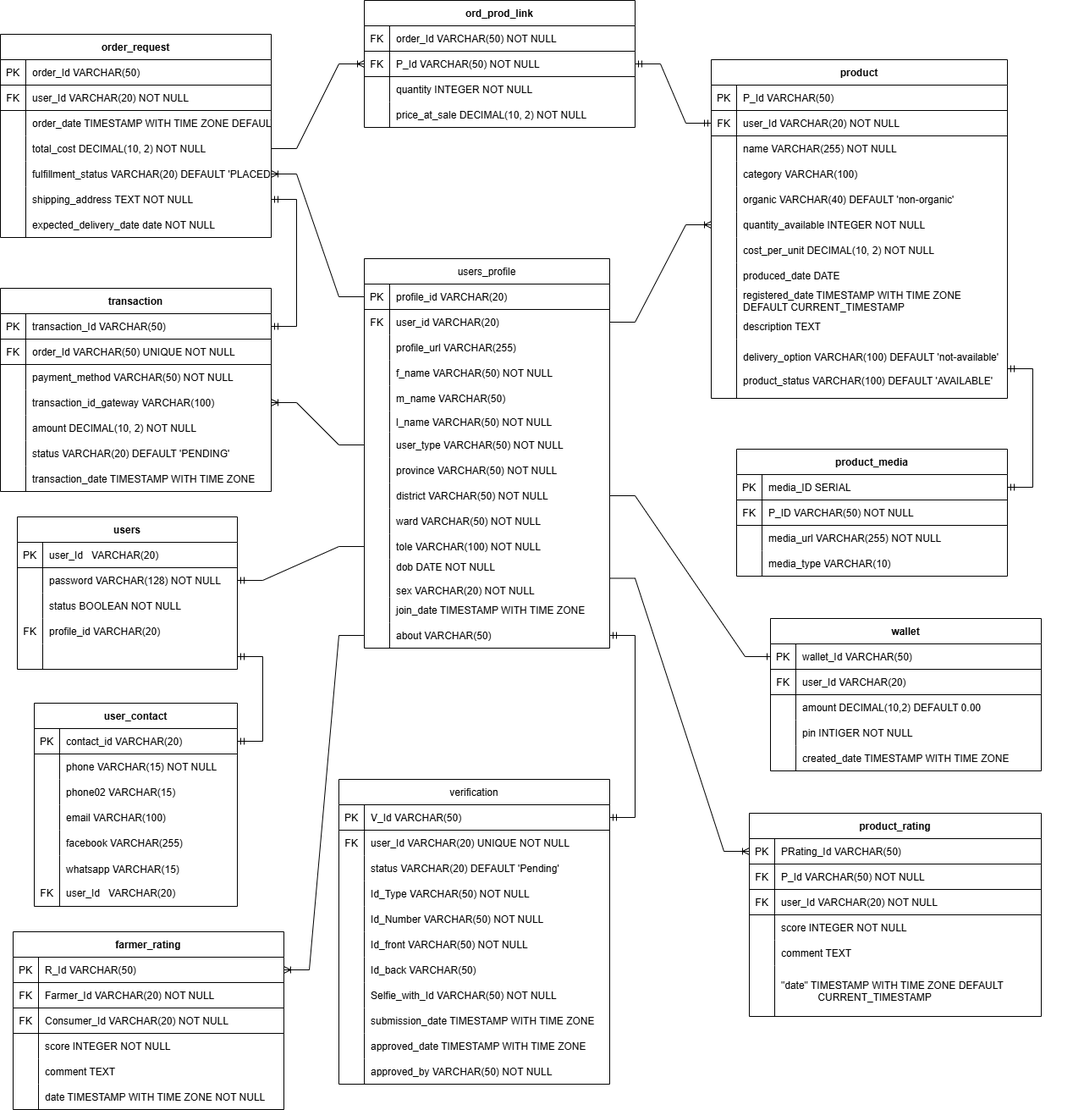
The draw.io diagram IMG/schemaDiagram.png in RmnRj/Farmo-Doc, before a commit. Source tidied: cells renumbered, new cells last; positions are measured from the earlier drawing's top-left corner, leaving out a move shared by most shapes.
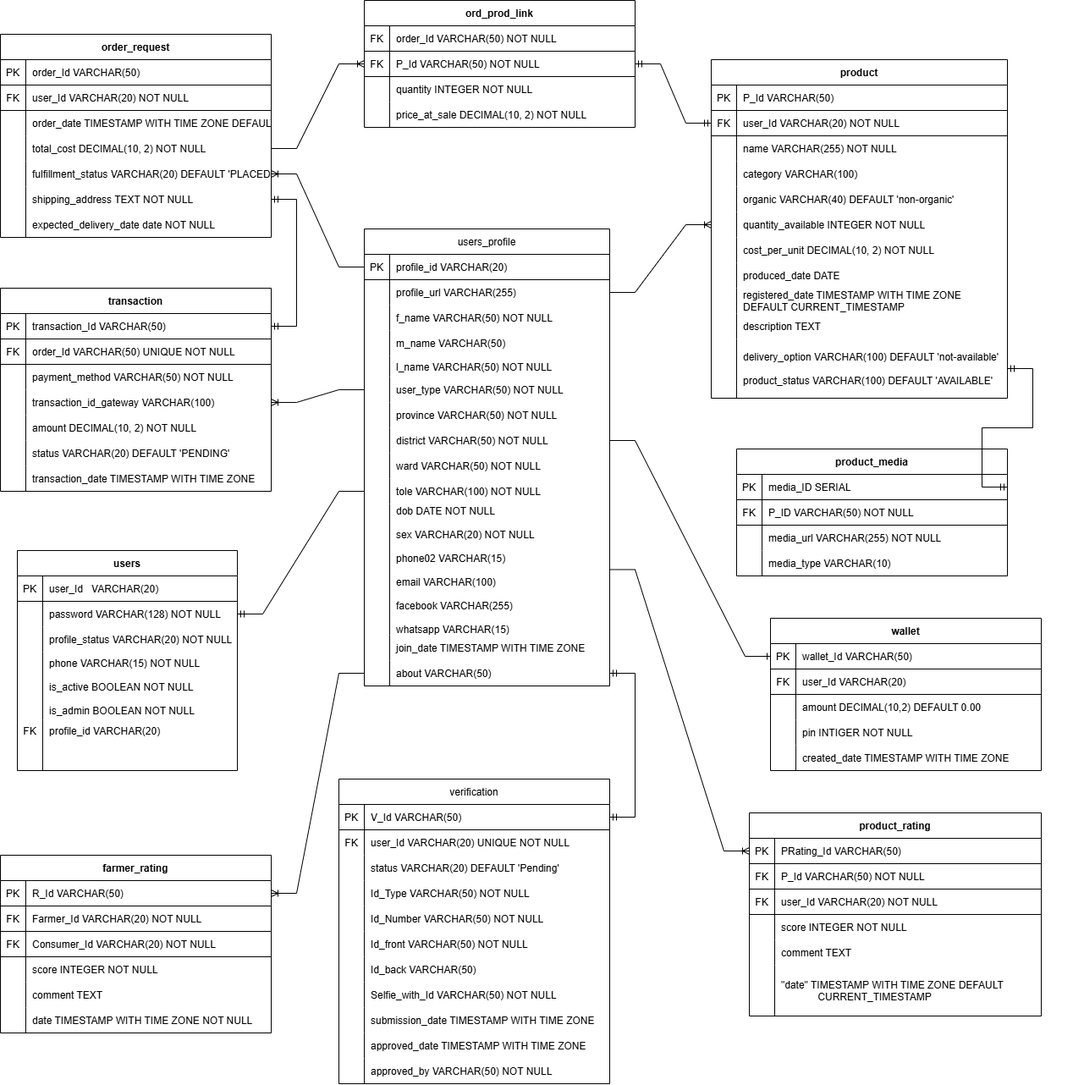
The same diagram one commit later.

What changed in the source:
```diff
@@ -5,3 +5,3 @@
     <mxCell id="2" value="users" style="shape=table;startSize=30;rowLines=0;fontStyle=1;align=center;" parent="1" vertex="1">
-      <mxGeometry x="20" y="610" width="260" height="180" as="geometry" />
+      <mxGeometry x="20" y="650" width="260" height="260" as="geometry" />
     </mxCell>
@@ -31,3 +31,3 @@
     </mxCell>
-    <mxCell id="11" value="status BOOLEAN NOT NULL" style="shape=partialRectangle;overflow=hidden;fillColor=none;align=left;strokeColor=inherit;top=0;left=0;bottom=0;right=0;spacingLeft=6;" parent="9" vertex="1">
+    <mxCell id="11" value="profile_status VARCHAR(20) NOT NULL" style="shape=partialRectangle;overflow=hidden;fillColor=none;align=left;strokeColor=inherit;top=0;left=0;bottom=0;right=0;spacingLeft=6;" parent="9" vertex="1">
       <mxGeometry x="30" width="230" height="30" as="geometry" />
@@ -35,21 +35,21 @@
     <mxCell id="12" style="shape=tableRow;horizontal=0;startSize=0;swimlaneHead=0;swimlaneBody=0;fillColor=none;strokeColor=inherit;top=0;left=0;right=0;bottom=0;" parent="2" vertex="1">
-      <mxGeometry y="120" width="260" height="30" as="geometry" />
+      <mxGeometry y="120" width="260" height="80" as="geometry" />
     </mxCell>
-    <mxCell id="13" value="FK" style="shape=partialRectangle;overflow=hidden;fillColor=none;strokeColor=inherit;top=0;left=0;bottom=0;right=0;" parent="12" vertex="1">
-      <mxGeometry width="30" height="30" as="geometry" />
+    <mxCell id="13" style="shape=partialRectangle;overflow=hidden;fillColor=none;strokeColor=inherit;top=0;left=0;bottom=0;right=0;" parent="12" vertex="1">
+      <mxGeometry width="30" height="80" as="geometry" />
     </mxCell>
-    <mxCell id="14" value="profile_id VARCHAR(20)" style="shape=partialRectangle;overflow=hidden;fillColor=none;align=left;strokeColor=inherit;top=0;left=0;bottom=0;right=0;spacingLeft=6;" parent="12" vertex="1">
-      <mxGeometry x="30" width="230" height="30" as="geometry" />
+    <mxCell id="14" value="phone VARCHAR(15) NOT NULL&#10;&#10;is_active BOOLEAN NOT NULL&#10;&#10;is_admin BOOLEAN NOT NULL" style="shape=partialRectangle;overflow=hidden;fillColor=none;align=left;strokeColor=inherit;top=0;left=0;bottom=0;right=0;spacingLeft=6;verticalAlign=top;" parent="12" vertex="1">
+      <mxGeometry x="30" width="230" height="80" as="geometry" />
     </mxCell>
     <mxCell id="15" style="shape=tableRow;horizontal=0;startSize=0;swimlaneHead=0;swimlaneBody=0;fillColor=none;points=[[0,0.5],[1,0.5]];portConstraint=eastwest;strokeColor=inherit;top=0;left=0;right=0;bottom=0;" parent="2" vertex="1">
-      <mxGeometry y="150" width="260" height="30" as="geometry" />
+      <mxGeometry y="200" width="260" height="60" as="geometry" />
     </mxCell>
-    <mxCell id="16" style="shape=partialRectangle;overflow=hidden;fillColor=none;strokeColor=inherit;top=0;left=0;bottom=0;right=0;" parent="15" vertex="1">
-      <mxGeometry width="30" height="30" as="geometry" />
+    <mxCell id="16" value="FK" style="shape=partialRectangle;overflow=hidden;fillColor=none;strokeColor=inherit;top=0;left=0;bottom=0;right=0;verticalAlign=top;" parent="15" vertex="1">
+      <mxGeometry width="30" height="60" as="geometry" />
     </mxCell>
-    <mxCell id="17" style="shape=partialRectangle;overflow=hidden;fillColor=none;align=left;strokeColor=inherit;top=0;left=0;bottom=0;right=0;spacingLeft=6;" parent="15" vertex="1">
-      <mxGeometry x="30" width="230" height="30" as="geometry" />
+    <mxCell id="17" value="profile_id VARCHAR(20)" style="shape=partialRectangle;overflow=hidden;fillColor=none;align=left;strokeColor=inherit;top=0;left=0;bottom=0;right=0;spacingLeft=6;verticalAlign=top;" parent="15" vertex="1">
+      <mxGeometry x="30" width="230" height="60" as="geometry" />
     </mxCell>
     <mxCell id="18" value="users_profile" style="shape=table;startSize=30;rowLines=0;fontStyle=0;align=center;" parent="1" vertex="1">
-      <mxGeometry x="430" y="305" width="290" height="460" as="geometry" />
+      <mxGeometry x="430" y="270" width="290" height="540" as="geometry" />
     </mxCell>
@@ -64,13 +64,4 @@
     </mxCell>
-    <mxCell id="22" style="shape=tableRow;horizontal=0;startSize=0;swimlaneHead=0;swimlaneBody=0;fillColor=none;points=[[0,0.5],[1,0.5]];portConstraint=eastwest;strokeColor=inherit;top=0;left=0;right=0;bottom=0;" parent="18" vertex="1">
-      <mxGeometry y="60" width="290" height="30" as="geometry" />
-    </mxCell>
-    <mxCell id="23" value="FK" style="shape=partialRectangle;overflow=hidden;fillColor=none;strokeColor=inherit;top=0;left=0;bottom=0;right=0;" parent="22" vertex="1">
-      <mxGeometry width="30" height="30" as="geometry" />
-    </mxCell>
-    <mxCell id="24" value="user_id VARCHAR(20)" style="shape=partialRectangle;overflow=hidden;fillColor=none;align=left;strokeColor=inherit;top=0;left=0;bottom=0;right=0;spacingLeft=6;" parent="22" vertex="1">
-      <mxGeometry x="30" width="260" height="30" as="geometry" />
-    </mxCell>
     <mxCell id="25" style="shape=tableRow;horizontal=0;startSize=0;swimlaneHead=0;swimlaneBody=0;fillColor=none;strokeColor=inherit;top=0;left=0;right=0;bottom=0;" parent="18" vertex="1">
-      <mxGeometry y="90" width="290" height="30" as="geometry" />
+      <mxGeometry y="60" width="290" height="30" as="geometry" />
     </mxCell>
@@ -83,3 +74,3 @@
     <mxCell id="28" style="shape=tableRow;horizontal=0;startSize=0;swimlaneHead=0;swimlaneBody=0;fillColor=none;strokeColor=inherit;top=0;left=0;right=0;bottom=0;" parent="18" vertex="1">
-      <mxGeometry y="120" width="290" height="30" as="geometry" />
+      <mxGeometry y="90" width="290" height="30" as="geometry" />
     </mxCell>
@@ -92,3 +83,3 @@
     <mxCell id="31" style="shape=tableRow;horizontal=0;startSize=0;swimlaneHead=0;swimlaneBody=0;fillColor=none;strokeColor=inherit;top=0;left=0;right=0;bottom=0;" parent="18" vertex="1">
-      <mxGeometry y="150" width="290" height="30" as="geometry" />
+      <mxGeometry y="120" width="290" height="30" as="geometry" />
     </mxCell>
@@ -101,3 +92,3 @@
     <mxCell id="34" style="shape=tableRow;horizontal=0;startSize=0;swimlaneHead=0;swimlaneBody=0;fillColor=none;strokeColor=inherit;top=0;left=0;right=0;bottom=0;" parent="18" vertex="1">
-      <mxGeometry y="180" width="290" height="25" as="geometry" />
+      <mxGeometry y="150" width="290" height="25" as="geometry" />
     </mxCell>
@@ -110,3 +101,3 @@
     <mxCell id="37" style="shape=tableRow;horizontal=0;startSize=0;swimlaneHead=0;swimlaneBody=0;fillColor=none;points=[[0,0.5],[1,0.5]];portConstraint=eastwest;strokeColor=inherit;top=0;left=0;right=0;bottom=0;" parent="18" vertex="1">
-      <mxGeometry y="205" width="290" height="30" as="geometry" />
+      <mxGeometry y="175" width="290" height="30" as="geometry" />
     </mxCell>
@@ -119,3 +110,3 @@
     <mxCell id="40" style="shape=tableRow;horizontal=0;startSize=0;swimlaneHead=0;swimlaneBody=0;fillColor=none;strokeColor=inherit;top=0;left=0;right=0;bottom=0;" parent="18" vertex="1">
-      <mxGeometry y="235" width="290" height="30" as="geometry" />
+      <mxGeometry y="205" width="290" height="30" as="geometry" />
     </mxCell>
@@ -128,3 +119,3 @@
     <mxCell id="43" style="shape=tableRow;horizontal=0;startSize=0;swimlaneHead=0;swimlaneBody=0;fillColor=none;points=[[0,0.5],[1,0.5]];portConstraint=eastwest;strokeColor=inherit;top=0;left=0;right=0;bottom=0;" parent="18" vertex="1">
-      <mxGeometry y="265" width="290" height="30" as="geometry" />
+      <mxGeometry y="235" width="290" height="30" as="geometry" />
     </mxCell>
@@ -137,3 +128,3 @@
     <mxCell id="46" style="shape=tableRow;horizontal=0;startSize=0;swimlaneHead=0;swimlaneBody=0;fillColor=none;strokeColor=inherit;top=0;left=0;right=0;bottom=0;" parent="18" vertex="1">
-      <mxGeometry y="295" width="290" height="30" as="geometry" />
+      <mxGeometry y="265" width="290" height="30" as="geometry" />
     </mxCell>
@@ -146,3 +137,3 @@
     <mxCell id="49" style="shape=tableRow;horizontal=0;startSize=0;swimlaneHead=0;swimlaneBody=0;fillColor=none;points=[[0,0.5],[1,0.5]];portConstraint=eastwest;strokeColor=inherit;top=0;left=0;right=0;bottom=0;" parent="18" vertex="1">
-      <mxGeometry y="325" width="290" height="30" as="geometry" />
+      <mxGeometry y="295" width="290" height="30" as="geometry" />
     </mxCell>
@@ -155,12 +146,12 @@
     <mxCell id="52" style="shape=tableRow;horizontal=0;startSize=0;swimlaneHead=0;swimlaneBody=0;fillColor=none;points=[[0,0.5],[1,0.5]];portConstraint=eastwest;strokeColor=inherit;top=0;left=0;right=0;bottom=0;" parent="18" vertex="1">
-      <mxGeometry y="355" width="290" height="45" as="geometry" />
+      <mxGeometry y="325" width="290" height="155" as="geometry" />
     </mxCell>
     <mxCell id="53" style="shape=partialRectangle;overflow=hidden;fillColor=none;strokeColor=inherit;top=0;left=0;bottom=0;right=0;" parent="52" vertex="1">
-      <mxGeometry width="30" height="45" as="geometry" />
+      <mxGeometry width="30" height="155" as="geometry" />
     </mxCell>
-    <mxCell id="54" value="dob DATE NOT NULL&#10;&#10;sex VARCHAR(20) NOT NULL" style="shape=partialRectangle;overflow=hidden;fillColor=none;align=left;strokeColor=inherit;top=0;left=0;bottom=0;right=0;spacingLeft=6;" parent="52" vertex="1">
-      <mxGeometry x="30" width="260" height="45" as="geometry" />
+    <mxCell id="54" value="dob DATE NOT NULL&#10;&#10;sex VARCHAR(20) NOT NULL&#10;&#10;phone02 VARCHAR(15)&#10;&#10;email VARCHAR(100)&#10;&#10;facebook VARCHAR(255)&#10;&#10;whatsapp VARCHAR(15)&#10;" style="shape=partialRectangle;overflow=hidden;fillColor=none;align=left;strokeColor=inherit;top=0;left=0;bottom=0;right=0;spacingLeft=6;" parent="52" vertex="1">
+      <mxGeometry x="30" width="260" height="155" as="geometry" />
     </mxCell>
     <mxCell id="55" style="shape=tableRow;horizontal=0;startSize=0;swimlaneHead=0;swimlaneBody=0;fillColor=none;strokeColor=inherit;top=0;left=0;right=0;bottom=0;" parent="18" vertex="1">
-      <mxGeometry y="400" width="290" height="30" as="geometry" />
+      <mxGeometry y="480" width="290" height="30" as="geometry" />
     </mxCell>
@@ -173,3 +164,3 @@
     <mxCell id="58" style="shape=tableRow;horizontal=0;startSize=0;swimlaneHead=0;swimlaneBody=0;fillColor=none;points=[[0,0.5],[1,0.5]];portConstraint=eastwest;strokeColor=inherit;top=0;left=0;right=0;bottom=0;" parent="18" vertex="1">
-      <mxGeometry y="430" width="290" height="30" as="geometry" />
+      <mxGeometry y="510" width="290" height="30" as="geometry" />
     </mxCell>
@@ -626,3 +617,3 @@
     <mxCell id="209" value="farmer_rating" style="shape=table;startSize=30;rowLines=0;fontStyle=1;align=center;" parent="1" vertex="1">
-      <mxGeometry x="15" y="1100" width="320" height="210" as="geometry" />
+      <mxGeometry y="1010" width="320" height="210" as="geometry" />
     </mxCell>
@@ -763,4 +754,6 @@
     </mxCell>
-    <mxCell id="254" style="edgeStyle=entityRelationEdgeStyle;fontSize=12;html=1;endArrow=ERoneToMany;rounded=0;entryX=0;entryY=0.5;entryDx=0;entryDy=0;exitX=1;exitY=0.5;exitDx=0;exitDy=0;" parent="1" edge="1" source="22" target="124">
-      <mxGeometry relative="1" as="geometry" />
+    <mxCell id="254" style="edgeStyle=entityRelationEdgeStyle;fontSize=12;html=1;endArrow=ERoneToMany;rounded=0;entryX=0;entryY=0.5;entryDx=0;entryDy=0;exitX=1;exitY=0.5;exitDx=0;exitDy=0;" parent="1" edge="1" target="124">
+      <mxGeometry relative="1" as="geometry">
+        <mxPoint x="720" y="345" as="sourcePoint" />
+      </mxGeometry>
     </mxCell>
@@ -799,62 +792,2 @@
     </mxCell>
-    <mxCell id="265" value="user_contact" style="shape=table;startSize=30;rowLines=0;fontStyle=1;align=center;" parent="1" vertex="1">
-      <mxGeometry x="40" y="830" width="240" height="240" as="geometry" />
-    </mxCell>
-    <mxCell id="266" style="shape=tableRow;horizontal=0;startSize=0;swimlaneHead=0;swimlaneBody=0;fillColor=none;points=[[0,0.5],[1,0.5]];portConstraint=eastwest;strokeColor=inherit;top=0;left=0;right=0;bottom=1;" parent="265" vertex="1">
-      <mxGeometry y="30" width="240" height="30" as="geometry" />
-    </mxCell>
-    <mxCell id="267" value="PK" style="shape=partialRectangle;overflow=hidden;fillColor=none;strokeColor=inherit;top=0;left=0;bottom=0;right=0;fontStyle=0;" parent="266" vertex="1">
-      <mxGeometry width="30" height="30" as="geometry" />
-    </mxCell>
-    <mxCell id="268" value="contact_id VARCHAR(20) " style="shape=partialRectangle;overflow=hidden;fillColor=none;align=left;strokeColor=inherit;top=0;left=0;bottom=0;right=0;spacingLeft=6;fontStyle=0;" parent="266" vertex="1">
-      <mxGeometry x="30" width="210" height="30" as="geometry" />
-    </mxCell>
-    <mxCell id="269" style="shape=tableRow;horizontal=0;startSize=0;swimlaneHead=0;swimlaneBody=0;fillColor=none;strokeColor=inherit;top=0;left=0;right=0;bottom=0;" parent="265" vertex="1">
-      <mxGeometry y="60" width="240" height="30" as="geometry" />
-    </mxCell>
-    <mxCell id="270" style="shape=partialRectangle;overflow=hidden;fillColor=none;strokeColor=inherit;top=0;left=0;bottom=0;right=0;" parent="269" vertex="1">
-      <mxGeometry width="30" height="30" as="geometry" />
-    </mxCell>
-    <mxCell id="271" value="phone VARCHAR(15) NOT NULL" style="shape=partialRectangle;overflow=hidden;fillColor=none;align=left;strokeColor=inherit;top=0;left=0;bottom=0;right=0;spacingLeft=6;" parent="269" vertex="1">
-      <mxGeometry x="30" width="210" height="30" as="geometry" />
-    </mxCell>
-    <mxCell id="272" style="shape=tableRow;horizontal=0;startSize=0;swimlaneHead=0;swimlaneBody=0;fillColor=none;strokeColor=inherit;top=0;left=0;right=0;bottom=0;" parent="265" vertex="1">
-      <mxGeometry y="90" width="240" height="30" as="geometry" />
-    </mxCell>
-    <mxCell id="273" style="shape=partialRectangle;overflow=hidden;fillColor=none;strokeColor=inherit;top=0;left=0;bottom=0;right=0;" parent="272" vertex="1">
-      <mxGeometry width="30" height="30" as="geometry" />
-    </mxCell>
-    <mxCell id="274" value="phone02 VARCHAR(15)" style="shape=partialRectangle;overflow=hidden;fillColor=none;align=left;strokeColor=inherit;top=0;left=0;bottom=0;right=0;spacingLeft=6;" parent="272" vertex="1">
-      <mxGeometry x="30" width="210" height="30" as="geometry" />
-    </mxCell>
-    <mxCell id="275" style="shape=tableRow;horizontal=0;startSize=0;swimlaneHead=0;swimlaneBody=0;fillColor=none;strokeColor=inherit;top=0;left=0;right=0;bottom=0;" parent="265" vertex="1">
-      <mxGeometry y="120" width="240" height="30" as="geometry" />
-    </mxCell>
-    <mxCell id="276" style="shape=partialRectangle;overflow=hidden;fillColor=none;strokeColor=inherit;top=0;left=0;bottom=0;right=0;" parent="275" vertex="1">
-      <mxGeometry width="30" height="30" as="geometry" />
-    </mxCell>
-    <mxCell id="277" value="email VARCHAR(100)" style="shape=partialRectangle;overflow=hidden;fillColor=none;align=left;strokeColor=inherit;top=0;left=0;bottom=0;right=0;spacingLeft=6;" parent="275" vertex="1">
-      <mxGeometry x="30" width="210" height="30" as="geometry" />
-    </mxCell>
-    <mxCell id="278" style="shape=tableRow;horizontal=0;startSize=0;swimlaneHead=0;swimlaneBody=0;fillColor=none;strokeColor=inherit;top=0;left=0;right=0;bottom=0;" parent="265" vertex="1">
-      <mxGeometry y="150" width="240" height="30" as="geometry" />
-    </mxCell>
-    <mxCell id="279" style="shape=partialRectangle;overflow=hidden;fillColor=none;strokeColor=inherit;top=0;left=0;bottom=0;right=0;" parent="278" vertex="1">
-      <mxGeometry width="30" height="30" as="geometry" />
-    </mxCell>
-    <mxCell id="280" value="facebook VARCHAR(255)" style="shape=partialRectangle;overflow=hidden;fillColor=none;align=left;strokeColor=inherit;top=0;left=0;bottom=0;right=0;spacingLeft=6;" parent="278" vertex="1">
-      <mxGeometry x="30" width="210" height="30" as="geometry" />
-    </mxCell>
-    <mxCell id="281" style="shape=tableRow;horizontal=0;startSize=0;swimlaneHead=0;swimlaneBody=0;fillColor=none;strokeColor=inherit;top=0;left=0;right=0;bottom=0;" parent="265" vertex="1">
-      <mxGeometry y="180" width="240" height="60" as="geometry" />
-    </mxCell>
-    <mxCell id="282" value="&#10;&#10;FK" style="shape=partialRectangle;overflow=hidden;fillColor=none;strokeColor=inherit;top=0;left=0;bottom=0;right=0;" parent="281" vertex="1">
-      <mxGeometry width="30" height="60" as="geometry" />
-    </mxCell>
-    <mxCell id="283" value="whatsapp VARCHAR(15)&#10;&#10;user_Id   VARCHAR(20)" style="shape=partialRectangle;overflow=hidden;fillColor=none;align=left;strokeColor=inherit;top=0;left=0;bottom=0;right=0;spacingLeft=6;" parent="281" vertex="1">
-      <mxGeometry x="30" width="210" height="60" as="geometry" />
-    </mxCell>
-    <mxCell id="284" style="edgeStyle=entityRelationEdgeStyle;fontSize=12;html=1;endArrow=ERmandOne;startArrow=ERmandOne;rounded=0;entryX=1;entryY=0.5;entryDx=0;entryDy=0;exitX=1;exitY=0.5;exitDx=0;exitDy=0;" parent="1" edge="1" source="266" target="15">
-      <mxGeometry relative="1" as="geometry" />
-    </mxCell>
   </root>
```
